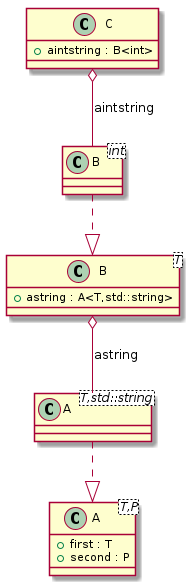
Before: docs/test_cases/t00010_class.png, a diagram exported from PlantUML (bkryza/clang-uml).
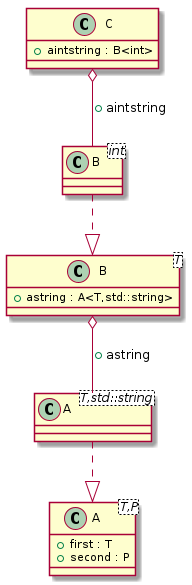
After the commit.

The edit, as a diff of the source:
```diff
@@ -21,7 +21,7 @@
 class C_0000000113 {
 +astring : A<T,std::string>
 }
-C_0000000113 o-- C_0000000114 : astring
+C_0000000113 o-- C_0000000114 : +astring
 
 class C_0000000118 {
 }
@@ -30,6 +30,6 @@
 class C_0000000117 {
 +aintstring : B<int>
 }
-C_0000000117 o-- C_0000000118 : aintstring
+C_0000000117 o-- C_0000000118 : +aintstring
 
 @enduml
```
